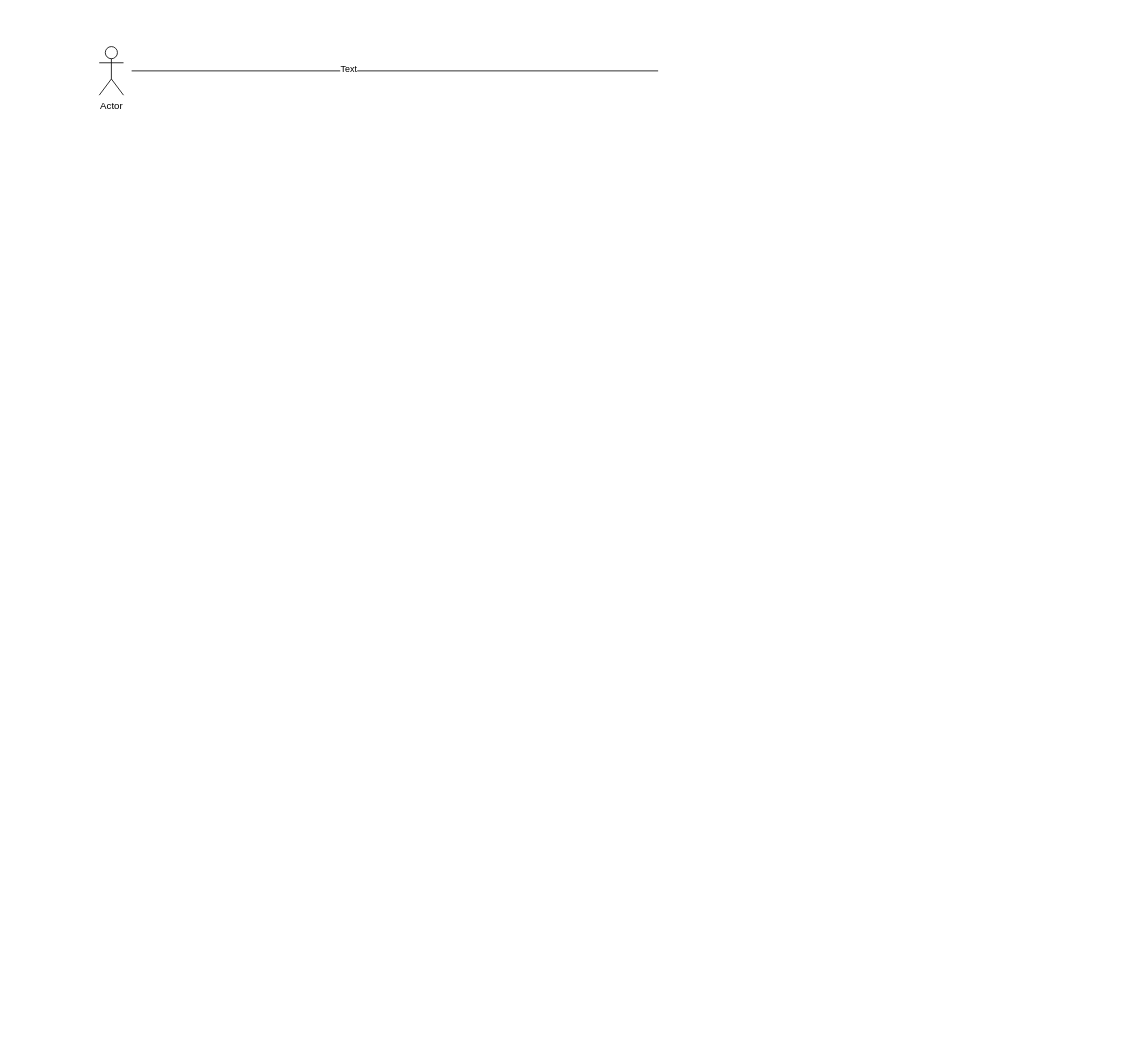
huaiyongtai/diagrams keeps this draw.io diagram as Untitled Diagram.drawio. Above is the earlier version. Source tidied: cells renumbered, new cells numbered last; positions are measured from the earlier drawing's top-left corner, leaving out a move shared by most shapes. Both pictures are drawn from the tidied source at 81%, with x=0, y=0 at pixel (99, 46).
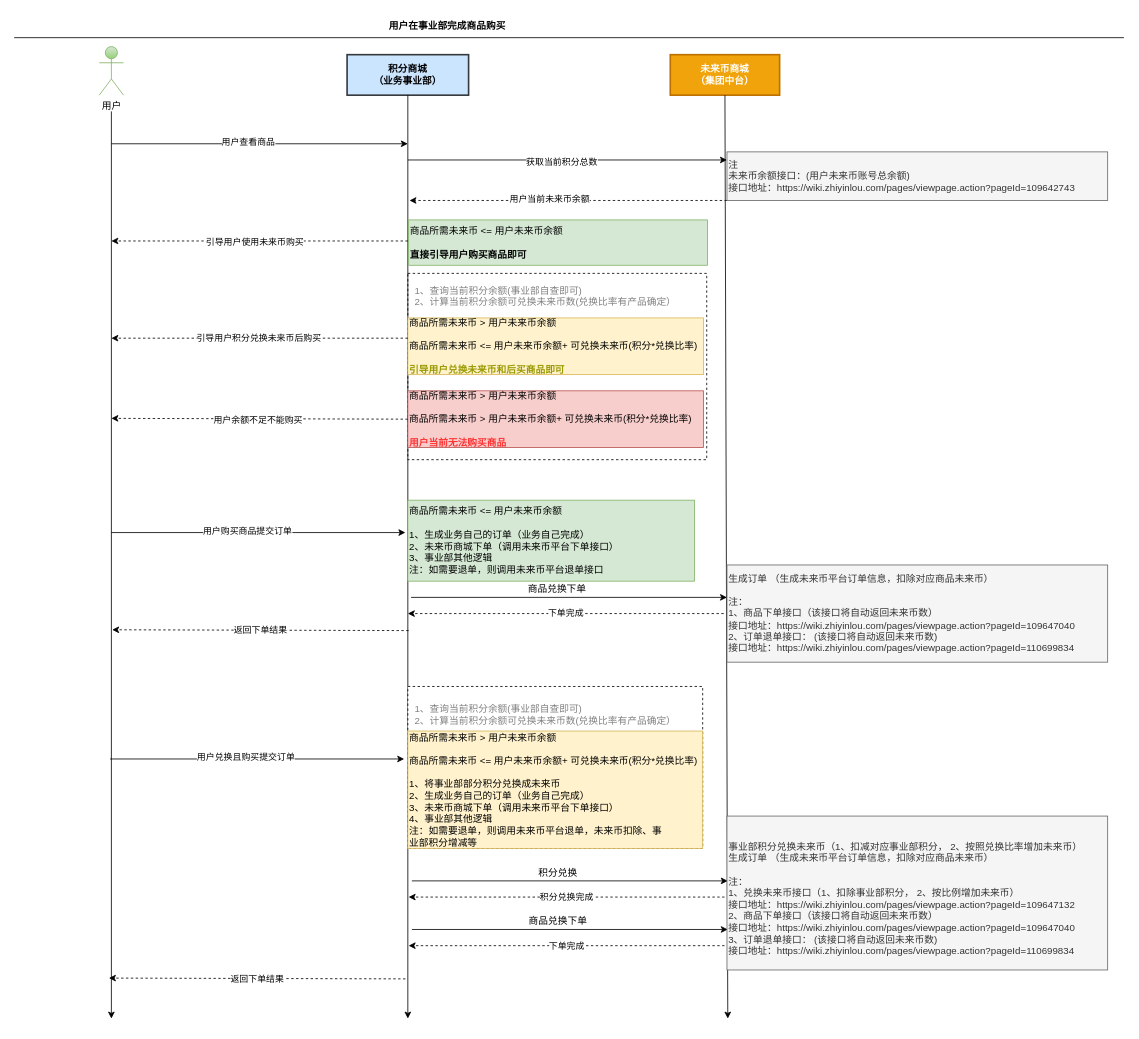
Above is the later version.

Commit message:
积分商城-商品兑换流程.drawio

What changed in the source:
```diff
@@
+    <mxCell id="5" value="&lt;font color=&quot;#808080&quot;&gt;&amp;nbsp; 1、查询当前积分余额(事业部自查即可)&lt;br&gt;&amp;nbsp; 2、计算当前积分余额可兑换未来币数(兑换比率有产品确定）&lt;br&gt;&lt;/font&gt;&lt;br&gt;&lt;br&gt;&lt;br&gt;&lt;br&gt;&lt;br&gt;&lt;br&gt;&lt;br&gt;&lt;br&gt;&lt;br&gt;&lt;br&gt;&lt;br&gt;&lt;br&gt;" style="rounded=0;whiteSpace=wrap;html=1;dashed=1;align=left;" parent="1" vertex="1">
+      <mxGeometry x="381" y="280" width="369" height="230" as="geometry" />
+    </mxCell>
-    <mxCell id="2" value="Actor" style="shape=umlActor;verticalLabelPosition=bottom;verticalAlign=top;html=1;" parent="1" vertex="1">
+    <mxCell id="2" value="用户" style="shape=umlActor;verticalLabelPosition=bottom;verticalAlign=top;html=1;gradientColor=#97d077;fillColor=#d5e8d4;strokeColor=#82b366;" parent="1" vertex="1">
       <mxGeometry width="30" height="60" as="geometry" />
     </mxCell>
-    <mxCell id="3" style="endArrow=none;html=1;" parent="1" edge="1">
-      <mxGeometry relative="1" as="geometry">
-        <mxPoint x="40" y="30" as="sourcePoint" />
-        <mxPoint x="690" y="30" as="targetPoint" />
-      </mxGeometry>
-    </mxCell>
-    <mxCell id="4" value="Text" style="edgeLabel;html=1;align=center;verticalAlign=middle;" parent="3" vertex="1">
-      <mxGeometry x="-0.18" y="3" relative="1" as="geometry" />
-    </mxCell>
+    <mxCell id="6" value="&lt;b&gt;积分商城&lt;br&gt;（业务事业部）&lt;/b&gt;" style="rounded=0;whiteSpace=wrap;html=1;strokeWidth=2;fillColor=#cce5ff;strokeColor=#36393d;" parent="1" vertex="1">
+      <mxGeometry x="306" y="10" width="150" height="50" as="geometry" />
+    </mxCell>
+    <mxCell id="7" value="&lt;b&gt;未来币商城&lt;br&gt;（集团中台）&lt;/b&gt;" style="rounded=0;whiteSpace=wrap;html=1;strokeWidth=2;strokeColor=#BD7000;fillColor=#f0a30a;fontColor=#ffffff;" parent="1" vertex="1">
+      <mxGeometry x="705" y="10" width="135" height="50" as="geometry" />
+    </mxCell>
+    <mxCell id="8" style="endArrow=none;html=1;" parent="1" edge="1">
+      <mxGeometry relative="1" as="geometry">
+        <mxPoint x="1265" y="-11" as="sourcePoint" />
+        <mxPoint x="-105" y="-11" as="targetPoint" />
+      </mxGeometry>
+    </mxCell>
+    <mxCell id="9" value="&lt;b&gt;用户在事业部完成商品购买&lt;/b&gt;" style="text;html=1;strokeColor=none;fillColor=none;align=center;verticalAlign=middle;whiteSpace=wrap;rounded=0;" parent="1" vertex="1">
+      <mxGeometry x="335" y="-40" width="190" height="30" as="geometry" />
+    </mxCell>
+    <mxCell id="10" style="endArrow=none;dashed=1;html=1;" parent="1" edge="1">
+      <mxGeometry relative="1" as="geometry">
+        <mxPoint x="-39" y="150" as="sourcePoint" />
+        <mxPoint x="-39" y="150" as="targetPoint" />
+      </mxGeometry>
+    </mxCell>
+    <mxCell id="11" style="endArrow=classic;html=1;" parent="1" edge="1">
+      <mxGeometry relative="1" as="geometry">
+        <mxPoint x="15" y="80" as="sourcePoint" />
+        <mxPoint x="15" y="1200" as="targetPoint" />
+      </mxGeometry>
+    </mxCell>
+    <mxCell id="12" style="endArrow=classic;html=1;exitX=0.5;exitY=1;exitDx=0;exitDy=0;" parent="1" edge="1" source="6">
+      <mxGeometry relative="1" as="geometry">
+        <mxPoint x="381" y="1200" as="targetPoint" />
+      </mxGeometry>
+    </mxCell>
+    <mxCell id="13" style="endArrow=classic;html=1;" parent="1" edge="1">
+      <mxGeometry relative="1" as="geometry">
+        <mxPoint x="15" y="120" as="sourcePoint" />
+        <mxPoint x="381" y="120" as="targetPoint" />
+      </mxGeometry>
+    </mxCell>
+    <mxCell id="14" value="用户查看商品" style="edgeLabel;html=1;align=center;verticalAlign=middle;" parent="13" vertex="1">
+      <mxGeometry x="-0.23" y="3" relative="1" as="geometry">
+        <mxPoint x="27" as="offset" />
+      </mxGeometry>
+    </mxCell>
+    <mxCell id="15" style="endArrow=classic;html=1;exitX=0.5;exitY=1;exitDx=0;exitDy=0;" parent="1" edge="1" source="7">
+      <mxGeometry relative="1" as="geometry">
+        <mxPoint x="776" y="1200" as="targetPoint" />
+      </mxGeometry>
+    </mxCell>
+    <mxCell id="16" style="endArrow=classic;html=1;" parent="1" edge="1">
+      <mxGeometry relative="1" as="geometry">
+        <mxPoint x="381" y="140" as="sourcePoint" />
+        <mxPoint x="775" y="140" as="targetPoint" />
+      </mxGeometry>
+    </mxCell>
+    <mxCell id="17" value="获取当前积分总数" style="edgeLabel;html=1;align=center;verticalAlign=middle;" parent="16" vertex="1">
+      <mxGeometry x="-0.04" y="-2" relative="1" as="geometry" />
+    </mxCell>
+    <mxCell id="18" value="商品所需未来币 &amp;lt;= 用户未来币余额&lt;br&gt;&lt;br&gt;&lt;b&gt;直接引导用户购买商品即可&lt;/b&gt;" style="rounded=0;whiteSpace=wrap;html=1;align=left;fillColor=#d5e8d4;strokeColor=#82b366;" parent="1" vertex="1">
+      <mxGeometry x="382" y="214" width="369" height="56" as="geometry" />
+    </mxCell>
+    <mxCell id="19" style="endArrow=classic;html=1;" parent="1" edge="1">
+      <mxGeometry relative="1" as="geometry">
+        <mxPoint x="15" y="600" as="sourcePoint" />
+        <mxPoint x="378" y="600" as="targetPoint" />
+      </mxGeometry>
+    </mxCell>
+    <mxCell id="20" value="用户购买商品提交订单" style="edgeLabel;html=1;align=center;verticalAlign=middle;" parent="19" vertex="1">
+      <mxGeometry x="-0.23" y="3" relative="1" as="geometry">
+        <mxPoint x="27" as="offset" />
+      </mxGeometry>
+    </mxCell>
+    <mxCell id="21" style="endArrow=classic;html=1;dashed=1;" parent="1" edge="1">
+      <mxGeometry relative="1" as="geometry">
+        <mxPoint x="775" y="190" as="sourcePoint" />
+        <mxPoint x="383" y="190" as="targetPoint" />
+      </mxGeometry>
+    </mxCell>
+    <mxCell id="22" value="用户当前未来币余额" style="edgeLabel;html=1;align=center;verticalAlign=middle;" parent="21" vertex="1">
+      <mxGeometry x="0.12" y="-3" relative="1" as="geometry" />
+    </mxCell>
+    <mxCell id="23" value="注&lt;br&gt;未来币余额接口：(用户未来币账号总余额)&lt;br&gt;接口地址：https://wiki.zhiyinlou.com/pages/viewpage.action?pageId=109642743&lt;br&gt;" style="rounded=0;whiteSpace=wrap;html=1;align=left;fillColor=#f5f5f5;strokeColor=#666666;fontColor=#333333;" parent="1" vertex="1">
+      <mxGeometry x="775" y="130" width="470" height="60" as="geometry" />
+    </mxCell>
+    <mxCell id="24" value="商品所需未来币 &amp;gt; 用户未来币余额&lt;br&gt;&lt;br&gt;商品所需未来币 &amp;gt; 用户未来币余额+ 可兑换未来币(积分*兑换比率)&lt;br&gt;&lt;br&gt;&lt;b&gt;&lt;font color=&quot;#ff3333&quot;&gt;用户当前无法购买商品&amp;nbsp;&lt;/font&gt;&lt;/b&gt;" style="rounded=0;whiteSpace=wrap;html=1;align=left;fillColor=#f8cecc;strokeColor=#b85450;" parent="1" vertex="1">
+      <mxGeometry x="381" y="425" width="365" height="70" as="geometry" />
+    </mxCell>
+    <mxCell id="25" value="商品所需未来币 &amp;gt; 用户未来币余额&lt;br&gt;&lt;br&gt;商品所需未来币 &amp;lt;= 用户未来币余额+ 可兑换未来币(积分*兑换比率)&amp;nbsp;&lt;br&gt;&lt;br&gt;&lt;b&gt;&lt;font color=&quot;#999900&quot;&gt;引导用户兑换未来币和后买商品即可&lt;/font&gt;&lt;/b&gt;" style="rounded=0;whiteSpace=wrap;html=1;align=left;fillColor=#fff2cc;strokeColor=#d6b656;" parent="1" vertex="1">
+      <mxGeometry x="381" y="335" width="365" height="70" as="geometry" />
+    </mxCell>
+    <mxCell id="26" style="endArrow=classic;html=1;dashed=1;" parent="1" edge="1">
+      <mxGeometry relative="1" as="geometry">
+        <mxPoint x="381" y="240" as="sourcePoint" />
+        <mxPoint x="15" y="240" as="targetPoint" />
+      </mxGeometry>
+    </mxCell>
+    <mxCell id="27" value="引导用户使用未来币购买" style="edgeLabel;html=1;align=center;verticalAlign=middle;" parent="26" vertex="1">
+      <mxGeometry x="0.04" y="1" relative="1" as="geometry" />
+    </mxCell>
+    <mxCell id="28" style="endArrow=classic;html=1;dashed=1;" parent="1" edge="1">
+      <mxGeometry relative="1" as="geometry">
+        <mxPoint x="381" y="360" as="sourcePoint" />
+        <mxPoint x="15" y="360" as="targetPoint" />
+      </mxGeometry>
+    </mxCell>
+    <mxCell id="29" style="endArrow=classic;html=1;exitX=0;exitY=0.5;exitDx=0;exitDy=0;dashed=1;" parent="1" edge="1" source="24">
+      <mxGeometry relative="1" as="geometry">
+        <mxPoint x="15" y="459" as="targetPoint" />
+      </mxGeometry>
+    </mxCell>
+    <mxCell id="30" value="引导用户积分兑换未来币后购买" style="edgeLabel;html=1;align=center;verticalAlign=middle;" parent="1" vertex="1">
+      <mxGeometry x="195" y="365" as="geometry">
+        <mxPoint x="1" y="-6" as="offset" />
+      </mxGeometry>
+    </mxCell>
+    <mxCell id="31" value="用户余额不足不能购买" style="edgeLabel;html=1;align=center;verticalAlign=middle;" parent="1" vertex="1">
+      <mxGeometry x="195" y="460" as="geometry" />
+    </mxCell>
+    <mxCell id="32" value="商品所需未来币 &amp;lt;= 用户未来币余额&amp;nbsp;&lt;br&gt;&lt;br&gt;1、生成业务自己的订单（业务自己完成）&lt;br&gt;2、未来币商城下单（调用未来币平台下单接口）&lt;br&gt;3、事业部其他逻辑&lt;br&gt;注：如需要退单，则调用未来币平台退单接口" style="rounded=0;whiteSpace=wrap;html=1;align=left;fillColor=#d5e8d4;strokeColor=#82b366;" parent="1" vertex="1">
+      <mxGeometry x="381" y="560" width="354" height="100" as="geometry" />
+    </mxCell>
+    <mxCell id="33" value="&lt;font color=&quot;#808080&quot;&gt;&amp;nbsp; 1、查询当前积分余额(事业部自查即可)&lt;br&gt;&amp;nbsp; 2、计算当前积分余额可兑换未来币数(兑换比率有产品确定）&lt;/font&gt;&lt;br&gt;&lt;br&gt;&lt;br&gt;&lt;br&gt;&lt;br&gt;&lt;br&gt;&lt;br&gt;&lt;br&gt;&lt;br&gt;&lt;br&gt;" style="rounded=0;whiteSpace=wrap;html=1;dashed=1;align=left;" parent="1" vertex="1">
+      <mxGeometry x="381" y="790" width="364" height="200" as="geometry" />
+    </mxCell>
+    <mxCell id="34" value="商品所需未来币 &amp;gt; 用户未来币余额&lt;br&gt;&lt;br&gt;商品所需未来币 &amp;lt;= 用户未来币余额+ 可兑换未来币(积分*兑换比率)&amp;nbsp;&lt;br&gt;&lt;br&gt;1、将事业部部分积分兑换成未来币&lt;br&gt;2、生成业务自己的订单（业务自己完成）&lt;br&gt;3、未来币商城下单（调用未来币平台下单接口）&lt;br&gt;4、事业部其他逻辑&lt;br&gt;注：如需要退单，则调用未来币平台退单，未来币扣除、事&lt;br&gt;业部积分增减等" style="rounded=0;whiteSpace=wrap;html=1;align=left;fillColor=#fff2cc;strokeColor=#d6b656;" parent="1" vertex="1">
+      <mxGeometry x="381" y="845" width="364" height="145" as="geometry" />
+    </mxCell>
+    <mxCell id="35" style="endArrow=classic;html=1;" parent="1" edge="1">
+      <mxGeometry relative="1" as="geometry">
+        <mxPoint x="385" y="680" as="sourcePoint" />
+        <mxPoint x="775" y="680" as="targetPoint" />
+      </mxGeometry>
+    </mxCell>
+    <mxCell id="36" value="商品兑换下单" style="text;html=1;align=center;verticalAlign=middle;" parent="1" vertex="1">
+      <mxGeometry x="520" y="660" width="90" height="20" as="geometry" />
+    </mxCell>
+    <mxCell id="37" value="&lt;span&gt;生成订单 （生成未来币平台订单信息，扣除对应商品未来币）&lt;/span&gt;&lt;br&gt;&lt;div&gt;&lt;br&gt;&lt;/div&gt;&lt;div&gt;注：&lt;br&gt;&lt;/div&gt;1、商品下单接口（该接口将自动返回未来币数）&lt;br&gt;接口地址：https://wiki.zhiyinlou.com/pages/viewpage.action?pageId=109647040&lt;br&gt;2、订单退单接口： (该接口将自动返回未来币数)&lt;br&gt;接口地址：https://wiki.zhiyinlou.com/pages/viewpage.action?pageId=110699834" style="rounded=0;whiteSpace=wrap;html=1;align=left;fillColor=#f5f5f5;strokeColor=#666666;fontColor=#333333;" parent="1" vertex="1">
+      <mxGeometry x="775" y="640" width="470" height="120" as="geometry" />
+    </mxCell>
+    <mxCell id="38" value="下单完成" style="endArrow=classic;html=1;dashed=1;" parent="1" edge="1">
+      <mxGeometry relative="1" as="geometry">
+        <mxPoint x="771" y="700" as="sourcePoint" />
+        <mxPoint x="381" y="700" as="targetPoint" />
+      </mxGeometry>
+    </mxCell>
+    <mxCell id="39" style="endArrow=classic;html=1;" parent="1" edge="1">
+      <mxGeometry relative="1" as="geometry">
+        <mxPoint x="13.5" y="879.5" as="sourcePoint" />
+        <mxPoint x="376.5" y="879.5" as="targetPoint" />
+      </mxGeometry>
+    </mxCell>
+    <mxCell id="40" value="用户兑换且购买提交订单" style="edgeLabel;html=1;align=center;verticalAlign=middle;" parent="39" vertex="1">
+      <mxGeometry x="-0.23" y="3" relative="1" as="geometry">
+        <mxPoint x="27" as="offset" />
+      </mxGeometry>
+    </mxCell>
+    <mxCell id="41" style="endArrow=classic;html=1;" parent="1" edge="1">
+      <mxGeometry relative="1" as="geometry">
+        <mxPoint x="386" y="1090" as="sourcePoint" />
+        <mxPoint x="776" y="1090" as="targetPoint" />
+      </mxGeometry>
+    </mxCell>
+    <mxCell id="42" value="商品兑换下单" style="text;html=1;align=center;verticalAlign=middle;" parent="1" vertex="1">
+      <mxGeometry x="521" y="1070" width="90" height="20" as="geometry" />
+    </mxCell>
+    <mxCell id="43" value="下单完成" style="endArrow=classic;html=1;dashed=1;" parent="1" edge="1">
+      <mxGeometry relative="1" as="geometry">
+        <mxPoint x="772" y="1110" as="sourcePoint" />
+        <mxPoint x="382" y="1110" as="targetPoint" />
+      </mxGeometry>
+    </mxCell>
+    <mxCell id="44" style="endArrow=classic;html=1;" parent="1" edge="1">
+      <mxGeometry relative="1" as="geometry">
+        <mxPoint x="386" y="1030" as="sourcePoint" />
+        <mxPoint x="776" y="1030" as="targetPoint" />
+      </mxGeometry>
+    </mxCell>
+    <mxCell id="45" value="积分兑换" style="text;html=1;align=center;verticalAlign=middle;" parent="1" vertex="1">
+      <mxGeometry x="536" y="1010" width="60" height="20" as="geometry" />
+    </mxCell>
+    <mxCell id="46" value="积分兑换完成" style="endArrow=classic;html=1;dashed=1;" parent="1" edge="1">
+      <mxGeometry relative="1" as="geometry">
+        <mxPoint x="772" y="1050" as="sourcePoint" />
+        <mxPoint x="382" y="1050" as="targetPoint" />
+      </mxGeometry>
+    </mxCell>
+    <mxCell id="47" value="&lt;br&gt;&lt;div&gt;&lt;span&gt;&lt;br&gt;&lt;/span&gt;&lt;/div&gt;&lt;div&gt;&lt;span&gt;事业部积分兑换未来币（1、扣减对应事业部积分， 2、按照兑换比率增加未来币）&lt;/span&gt;&lt;/div&gt;&lt;div&gt;&lt;span&gt;生成订单 （生成未来币平台订单信息，&lt;/span&gt;&lt;span&gt;扣除对应商品未来币）&lt;/span&gt;&lt;/div&gt;&lt;div&gt;&lt;br&gt;&lt;/div&gt;&lt;div&gt;&lt;span&gt;注：&lt;/span&gt;&lt;/div&gt;&lt;div&gt;1、兑换未来币接口（1、扣除事业部积分， 2、按比例增加未来币）&lt;/div&gt;&lt;div&gt;接口地址：https://wiki.zhiyinlou.com/pages/viewpage.action?pageId=109647132&lt;/div&gt;2、商品下单接口（该接口将自动返回未来币数）&lt;br&gt;接口地址：https://wiki.zhiyinlou.com/pages/viewpage.action?pageId=109647040&lt;br&gt;3、订单退单接口： (该接口将自动返回未来币数)&lt;br&gt;接口地址：https://wiki.zhiyinlou.com/pages/viewpage.action?pageId=110699834&lt;br&gt;&lt;br&gt;" style="rounded=0;whiteSpace=wrap;html=1;align=left;fillColor=#f5f5f5;strokeColor=#666666;fontColor=#333333;" parent="1" vertex="1">
+      <mxGeometry x="775" y="950" width="470" height="190" as="geometry" />
+    </mxCell>
+    <mxCell id="48" value="返回下单结果" style="endArrow=classic;html=1;exitX=0;exitY=0.5;exitDx=0;exitDy=0;dashed=1;" parent="1" edge="1">
+      <mxGeometry relative="1" as="geometry">
+        <mxPoint x="382" y="721" as="sourcePoint" />
+        <mxPoint x="16" y="720" as="targetPoint" />
+      </mxGeometry>
+    </mxCell>
+    <mxCell id="49" value="返回下单结果" style="endArrow=classic;html=1;exitX=0;exitY=0.5;exitDx=0;exitDy=0;dashed=1;" parent="1" edge="1">
+      <mxGeometry relative="1" as="geometry">
+        <mxPoint x="378" y="1151" as="sourcePoint" />
+        <mxPoint x="12" y="1150" as="targetPoint" />
+      </mxGeometry>
+    </mxCell>
```
